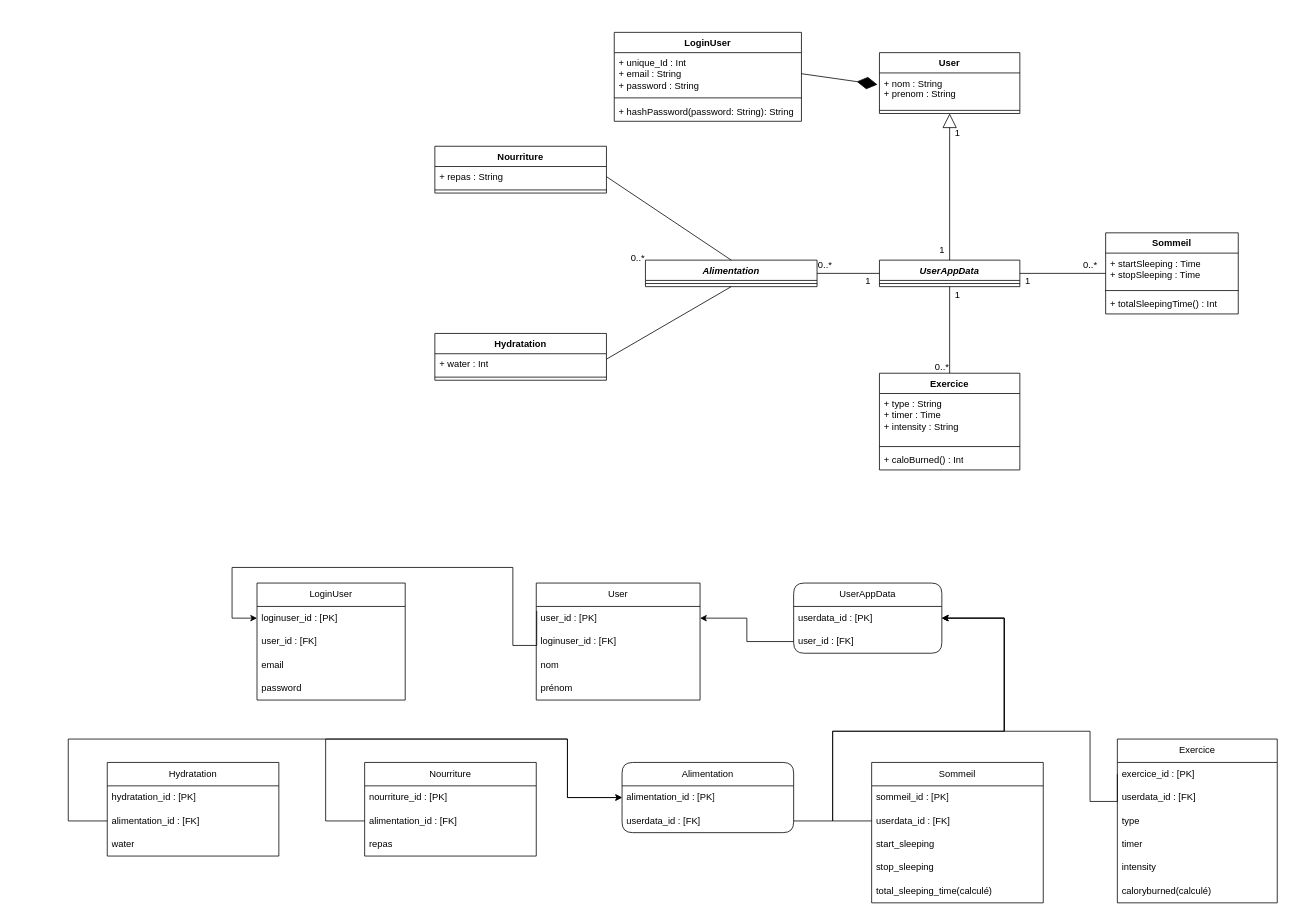
CodeStarter40/P5 keeps this draw.io diagram as P5_Exercice.drawio. Above is the earlier version. Source tidied: cells renumbered, new cells numbered last; positions are measured from the earlier drawing's top-left corner, leaving out a move shared by most shapes. Both pictures are drawn from the tidied source at 78%, with x=0, y=0 at pixel (68, 32).
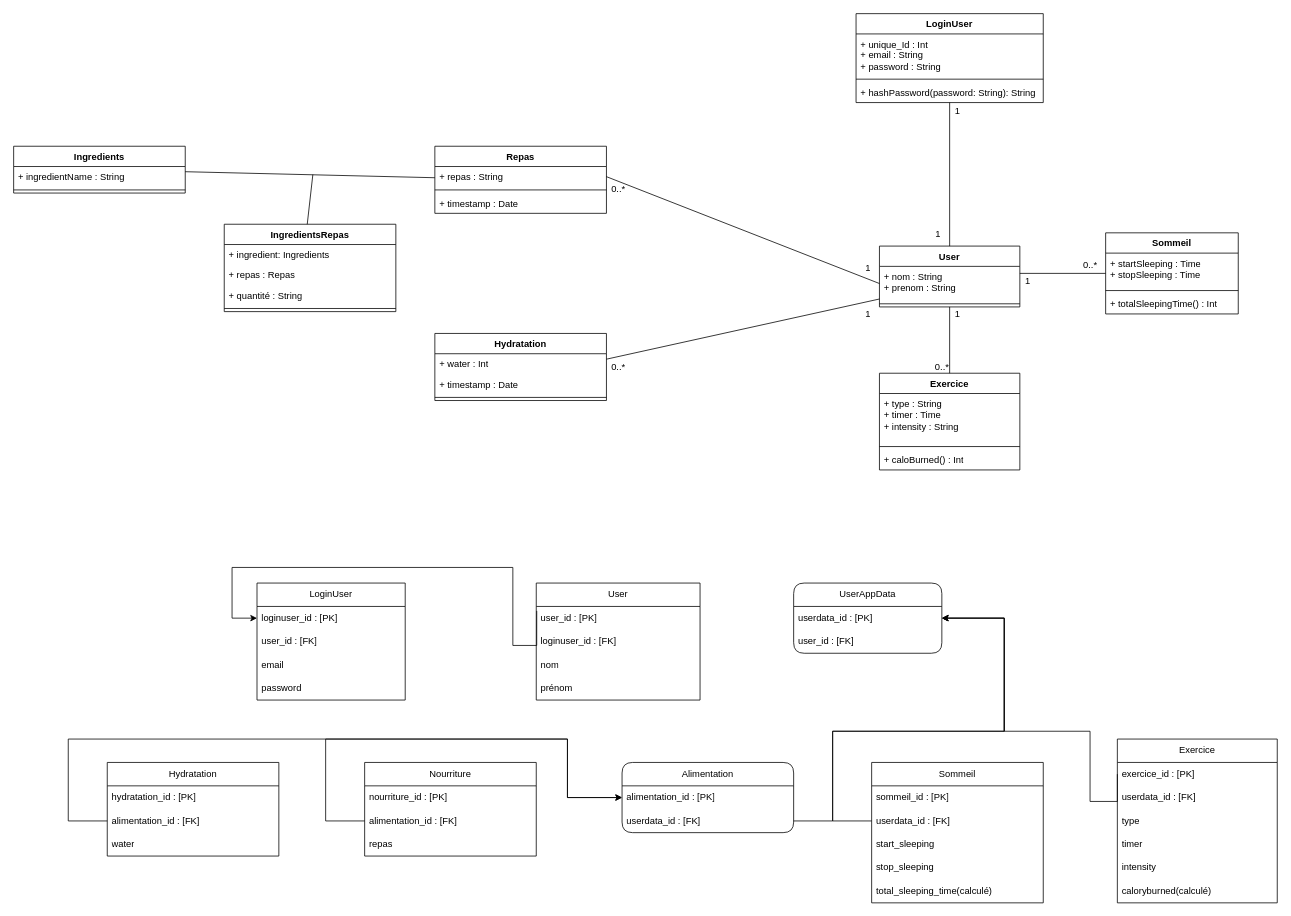
After the change.

Commit message (it also covers changes not shown here):
Mettre à jour P5_Exercice.drawio

The change refers to these unchanged cells:
```xml
<mxCell id="8" value="&lt;div&gt;Exercice&lt;/div&gt;" style="swimlane;fontStyle=1;align=center;verticalAlign=top;horizontal=1;startSize=26;whiteSpace=wrap;html=1;" parent="1" vertex="1">
  <mxGeometry x="1040" y="437" width="180" height="124" as="geometry" />
</mxCell>
<mxCell id="18" value="+ nom : String&lt;div&gt;+ prenom : String&lt;/div&gt;" style="text;strokeColor=none;fillColor=none;align=left;verticalAlign=top;spacingLeft=4;spacingRight=4;overflow=hidden;points=[[0,0.5],[1,0.5]];portConstraint=eastwest;whiteSpace=wrap;html=1;" parent="17" vertex="1">
  <mxGeometry y="26" width="180" height="44" as="geometry" />
</mxCell>
<mxCell id="32" value="+ unique_Id : Int&lt;div&gt;+ email : String&lt;/div&gt;&lt;div&gt;+ password : String&lt;/div&gt;&lt;div&gt;&lt;br&gt;&lt;/div&gt;" style="text;strokeColor=none;fillColor=none;align=left;verticalAlign=top;spacingLeft=4;spacingRight=4;overflow=hidden;points=[[0,0.5],[1,0.5]];portConstraint=eastwest;whiteSpace=wrap;html=1;" parent="31" vertex="1">
  <mxGeometry y="26" width="240" height="54" as="geometry" />
</mxCell>
<mxCell id="36" value="+ repas : String" style="text;strokeColor=none;fillColor=none;align=left;verticalAlign=top;spacingLeft=4;spacingRight=4;overflow=hidden;points=[[0,0.5],[1,0.5]];portConstraint=eastwest;whiteSpace=wrap;html=1;" parent="35" vertex="1">
  <mxGeometry y="26" width="220" height="26" as="geometry" />
</mxCell>
<mxCell id="39" value="+ water : Int" style="text;strokeColor=none;fillColor=none;align=left;verticalAlign=top;spacingLeft=4;spacingRight=4;overflow=hidden;points=[[0,0.5],[1,0.5]];portConstraint=eastwest;whiteSpace=wrap;html=1;" parent="38" vertex="1">
  <mxGeometry y="26" width="220" height="26" as="geometry" />
</mxCell>
<mxCell id="49" value="user_id : [PK]" style="text;strokeColor=none;fillColor=none;align=left;verticalAlign=middle;spacingLeft=4;spacingRight=4;overflow=hidden;points=[[0,0.5],[1,0.5]];portConstraint=eastwest;whiteSpace=wrap;html=1;" parent="48" vertex="1">
  <mxGeometry y="30" width="210" height="30" as="geometry" />
</mxCell>
<mxCell id="85" value="user_id : [FK]" style="text;strokeColor=none;fillColor=none;align=left;verticalAlign=middle;spacingLeft=4;spacingRight=4;overflow=hidden;points=[[0,0.5],[1,0.5]];portConstraint=eastwest;whiteSpace=wrap;html=1;" parent="83" vertex="1">
  <mxGeometry y="60" width="190" height="30" as="geometry" />
</mxCell>
```

What changed in the source:
```diff
@@
-    <mxCell id="6" value="&lt;i&gt;Alimentation&lt;/i&gt;" style="swimlane;fontStyle=1;align=center;verticalAlign=top;horizontal=1;startSize=26;whiteSpace=wrap;html=1;" parent="1" vertex="1">
-      <mxGeometry x="740" y="292" width="220" height="34" as="geometry" />
-    </mxCell>
-    <mxCell id="7" style="line;strokeWidth=1;fillColor=none;align=left;verticalAlign=middle;spacingTop=-1;spacingLeft=3;spacingRight=3;labelPosition=right;strokeColor=inherit;" parent="6" vertex="1">
-      <mxGeometry y="26" width="220" height="8" as="geometry" />
-    </mxCell>
@@
-    <mxCell id="12" value="&lt;i&gt;UserAppData&lt;/i&gt;" style="swimlane;fontStyle=1;align=center;verticalAlign=top;horizontal=1;startSize=26;whiteSpace=wrap;html=1;" parent="1" vertex="1">
-      <mxGeometry x="1040" y="292" width="180" height="34" as="geometry" />
-    </mxCell>
-    <mxCell id="13" style="line;strokeWidth=1;fillColor=none;align=left;verticalAlign=middle;spacingTop=-1;spacingLeft=3;spacingRight=3;labelPosition=right;strokeColor=inherit;" parent="12" vertex="1">
-      <mxGeometry y="26" width="180" height="8" as="geometry" />
-    </mxCell>
-    <mxCell id="14" style="line;strokeWidth=1;fillColor=none;align=left;verticalAlign=middle;spacingTop=-1;spacingLeft=3;spacingRight=3;labelPosition=right;strokeColor=inherit;" parent="1" vertex="1">
-      <mxGeometry x="960" y="305" width="80" height="8" as="geometry" />
-    </mxCell>
@@
-    <mxCell id="16" style="endArrow=none;html=1;rounded=0;exitX=0.5;exitY=1;exitDx=0;exitDy=0;entryX=0.5;entryY=0;entryDx=0;entryDy=0;" parent="1" edge="1" source="12" target="8">
+    <mxCell id="16" style="endArrow=none;html=1;rounded=0;entryX=0.5;entryY=0;entryDx=0;entryDy=0;" parent="1" edge="1" source="17" target="8">
       <mxGeometry relative="1" as="geometry" />
     </mxCell>
     <mxCell id="17" value="User&lt;div&gt;&lt;br&gt;&lt;/div&gt;" style="swimlane;fontStyle=1;align=center;verticalAlign=top;horizontal=1;startSize=26;whiteSpace=wrap;html=1;" parent="1" vertex="1">
-      <mxGeometry x="1040" y="26" width="180" height="78" as="geometry" />
+      <mxGeometry x="1040" y="274" width="180" height="78" as="geometry" />
     </mxCell>
@@
-    <mxCell id="20" style="endArrow=diamondThin;endFill=1;endSize=24;html=1;rounded=0;entryX=-0.014;entryY=0.339;entryDx=0;entryDy=0;entryPerimeter=0;exitX=1;exitY=0.5;exitDx=0;exitDy=0;" parent="1" edge="1" source="32" target="18">
-      <mxGeometry relative="1" as="geometry" />
-    </mxCell>
-    <mxCell id="21" style="endArrow=block;endSize=16;endFill=0;html=1;rounded=0;entryX=0.5;entryY=1;entryDx=0;entryDy=0;exitX=0.5;exitY=0;exitDx=0;exitDy=0;" parent="1" edge="1" source="12" target="17">
-      <mxGeometry relative="1" as="geometry" />
-    </mxCell>
-    <mxCell id="22" value="1" style="text;html=1;align=center;verticalAlign=middle;strokeColor=none;fillColor=none;" parent="1" vertex="1">
-      <mxGeometry x="1125" y="114" width="30" height="30" as="geometry" />
-    </mxCell>
     <mxCell id="23" value="1" style="text;html=1;align=center;verticalAlign=middle;strokeColor=none;fillColor=none;" parent="1" vertex="1">
-      <mxGeometry x="1105" y="264" width="30" height="30" as="geometry" />
+      <mxGeometry x="1100" y="244" width="30" height="30" as="geometry" />
     </mxCell>
@@
     <mxCell id="27" value="1" style="text;html=1;align=center;verticalAlign=middle;strokeColor=none;fillColor=none;" parent="1" vertex="1">
-      <mxGeometry x="1125" y="322" width="30" height="30" as="geometry" />
+      <mxGeometry x="1125" y="346" width="30" height="30" as="geometry" />
     </mxCell>
     <mxCell id="28" value="0..&lt;span style=&quot;background-color: initial;&quot;&gt;*&lt;/span&gt;" style="text;html=1;align=center;verticalAlign=middle;strokeColor=none;fillColor=none;" parent="1" vertex="1">
-      <mxGeometry x="710" y="274" width="40" height="30" as="geometry" />
+      <mxGeometry x="685" y="186" width="40" height="30" as="geometry" />
     </mxCell>
-    <mxCell id="29" value="0..*" style="text;html=1;align=center;verticalAlign=middle;strokeColor=none;fillColor=none;" parent="1" vertex="1">
-      <mxGeometry x="950" y="284" width="40" height="30" as="geometry" />
-    </mxCell>
     <mxCell id="30" value="1" style="text;html=1;align=center;verticalAlign=middle;strokeColor=none;fillColor=none;" parent="1" vertex="1">
-      <mxGeometry x="1010" y="304" width="30" height="30" as="geometry" />
+      <mxGeometry x="1010" y="287" width="30" height="30" as="geometry" />
     </mxCell>
     <mxCell id="31" value="LoginUser" style="swimlane;fontStyle=1;align=center;verticalAlign=top;horizontal=1;startSize=26;whiteSpace=wrap;html=1;" parent="1" vertex="1">
-      <mxGeometry x="700" width="240" height="114" as="geometry" />
+      <mxGeometry x="1010" y="-24" width="240" height="114" as="geometry" />
     </mxCell>
@@
-    <mxCell id="35" value="Nourriture" style="swimlane;fontStyle=1;align=center;verticalAlign=top;horizontal=1;startSize=26;whiteSpace=wrap;html=1;" parent="1" vertex="1">
-      <mxGeometry x="470" y="146" width="220" height="60" as="geometry" />
+    <mxCell id="35" value="Repas" style="swimlane;fontStyle=1;align=center;verticalAlign=top;horizontal=1;startSize=26;whiteSpace=wrap;html=1;" parent="1" vertex="1">
+      <mxGeometry x="470" y="146" width="220" height="86" as="geometry" />
     </mxCell>
@@
+    <mxCell id="87" value="+ timestamp : Date" style="text;strokeColor=none;fillColor=none;align=left;verticalAlign=top;spacingLeft=4;spacingRight=4;overflow=hidden;whiteSpace=wrap;html=1;" parent="35" vertex="1">
+      <mxGeometry y="60" width="220" height="26" as="geometry" />
+    </mxCell>
     <mxCell id="38" value="Hydratation" style="swimlane;fontStyle=1;align=center;verticalAlign=top;horizontal=1;startSize=26;whiteSpace=wrap;html=1;" parent="1" vertex="1">
-      <mxGeometry x="470" y="386" width="220" height="60" as="geometry" />
+      <mxGeometry x="470" y="386" width="220" height="86" as="geometry" />
     </mxCell>
@@
+    <mxCell id="88" value="+ timestamp : Date" style="text;strokeColor=none;fillColor=none;align=left;verticalAlign=top;spacingLeft=4;spacingRight=4;overflow=hidden;whiteSpace=wrap;html=1;" parent="38" vertex="1">
+      <mxGeometry y="52" width="220" height="26" as="geometry" />
+    </mxCell>
     <mxCell id="40" style="line;strokeWidth=1;fillColor=none;align=left;verticalAlign=middle;spacingTop=-1;spacingLeft=3;spacingRight=3;labelPosition=right;strokeColor=inherit;" parent="38" vertex="1">
-      <mxGeometry y="52" width="220" height="8" as="geometry" />
+      <mxGeometry y="78" width="220" height="8" as="geometry" />
     </mxCell>
-    <mxCell id="41" style="endArrow=none;html=1;rounded=0;entryX=0.5;entryY=1;entryDx=0;entryDy=0;exitX=1;exitY=0.269;exitDx=0;exitDy=0;exitPerimeter=0;" parent="1" edge="1" source="39" target="6">
+    <mxCell id="41" style="endArrow=none;html=1;rounded=0;exitX=1;exitY=0.269;exitDx=0;exitDy=0;exitPerimeter=0;" parent="1" edge="1" source="39" target="18">
       <mxGeometry relative="1" as="geometry" />
     </mxCell>
-    <mxCell id="42" style="endArrow=none;html=1;rounded=0;exitX=1;exitY=0.5;exitDx=0;exitDy=0;entryX=0.5;entryY=0;entryDx=0;entryDy=0;" parent="1" edge="1" source="36" target="6">
+    <mxCell id="42" style="endArrow=none;html=1;rounded=0;exitX=1;exitY=0.5;exitDx=0;exitDy=0;entryX=0;entryY=0.5;entryDx=0;entryDy=0;" parent="1" edge="1" source="36" target="18">
       <mxGeometry relative="1" as="geometry" />
     </mxCell>
@@
-    <mxCell id="86" style="edgeStyle=orthogonalEdgeStyle;rounded=0;jettySize=auto;html=1;entryX=1;entryY=0.5;entryDx=0;entryDy=0;" parent="1" edge="1" source="85" target="49">
-      <mxGeometry relative="1" as="geometry" />
-    </mxCell>
+    <mxCell id="89" value="Ingredients" style="swimlane;fontStyle=1;align=center;verticalAlign=top;horizontal=1;startSize=26;whiteSpace=wrap;html=1;" parent="1" vertex="1">
+      <mxGeometry x="-70" y="146" width="220" height="60" as="geometry" />
+    </mxCell>
+    <mxCell id="90" value="+ ingredientName : String" style="text;strokeColor=none;fillColor=none;align=left;verticalAlign=top;spacingLeft=4;spacingRight=4;overflow=hidden;whiteSpace=wrap;html=1;" parent="89" vertex="1">
+      <mxGeometry y="26" width="220" height="26" as="geometry" />
+    </mxCell>
+    <mxCell id="91" style="line;strokeWidth=1;fillColor=none;align=left;verticalAlign=middle;spacingTop=-1;spacingLeft=3;spacingRight=3;labelPosition=right;strokeColor=inherit;" parent="89" vertex="1">
+      <mxGeometry y="52" width="220" height="8" as="geometry" />
+    </mxCell>
+    <mxCell id="92" value="IngredientsRepas" style="swimlane;fontStyle=1;align=center;verticalAlign=top;horizontal=1;startSize=26;whiteSpace=wrap;html=1;" parent="1" vertex="1">
+      <mxGeometry x="200" y="246" width="220" height="112" as="geometry" />
+    </mxCell>
+    <mxCell id="93" value="+ ingredient: Ingredients" style="text;strokeColor=none;fillColor=none;align=left;verticalAlign=top;spacingLeft=4;spacingRight=4;overflow=hidden;whiteSpace=wrap;html=1;" parent="92" vertex="1">
+      <mxGeometry y="26" width="220" height="26" as="geometry" />
+    </mxCell>
+    <mxCell id="94" value="+ repas : Repas" style="text;strokeColor=none;fillColor=none;align=left;verticalAlign=top;spacingLeft=4;spacingRight=4;overflow=hidden;whiteSpace=wrap;html=1;" parent="92" vertex="1">
+      <mxGeometry y="52" width="220" height="26" as="geometry" />
+    </mxCell>
+    <mxCell id="95" value="+ quantité : String" style="text;strokeColor=none;fillColor=none;align=left;verticalAlign=top;spacingLeft=4;spacingRight=4;overflow=hidden;whiteSpace=wrap;html=1;" parent="92" vertex="1">
+      <mxGeometry y="78" width="220" height="26" as="geometry" />
+    </mxCell>
+    <mxCell id="96" style="line;strokeWidth=1;fillColor=none;align=left;verticalAlign=middle;spacingTop=-1;spacingLeft=3;spacingRight=3;labelPosition=right;strokeColor=inherit;" parent="92" vertex="1">
+      <mxGeometry y="104" width="220" height="8" as="geometry" />
+    </mxCell>
+    <mxCell id="97" style="endArrow=none;html=1;rounded=0;" parent="1" edge="1" source="89" target="35">
+      <mxGeometry relative="1" as="geometry" />
+    </mxCell>
+    <mxCell id="98" style="endArrow=none;html=1;rounded=0;exitX=0.467;exitY=0.033;exitDx=0;exitDy=0;exitPerimeter=0;" parent="1" edge="1">
+      <mxGeometry relative="1" as="geometry">
+        <mxPoint x="306.4" y="246" as="sourcePoint" />
+        <mxPoint x="313.6" y="182.3" as="targetPoint" />
+      </mxGeometry>
+    </mxCell>
+    <mxCell id="99" style="endArrow=none;html=1;rounded=0;" parent="1" edge="1" source="31" target="17">
+      <mxGeometry relative="1" as="geometry" />
+    </mxCell>
+    <mxCell id="100" value="1" style="text;html=1;align=center;verticalAlign=middle;strokeColor=none;fillColor=none;" parent="1" vertex="1">
+      <mxGeometry x="1125" y="86" width="30" height="30" as="geometry" />
+    </mxCell>
+    <mxCell id="101" value="0..&lt;span style=&quot;background-color: initial;&quot;&gt;*&lt;/span&gt;" style="text;html=1;align=center;verticalAlign=middle;strokeColor=none;fillColor=none;" parent="1" vertex="1">
+      <mxGeometry x="685" y="414" width="40" height="30" as="geometry" />
+    </mxCell>
+    <mxCell id="102" value="1" style="text;html=1;align=center;verticalAlign=middle;strokeColor=none;fillColor=none;" parent="1" vertex="1">
+      <mxGeometry x="1010" y="346" width="30" height="30" as="geometry" />
+    </mxCell>
```
